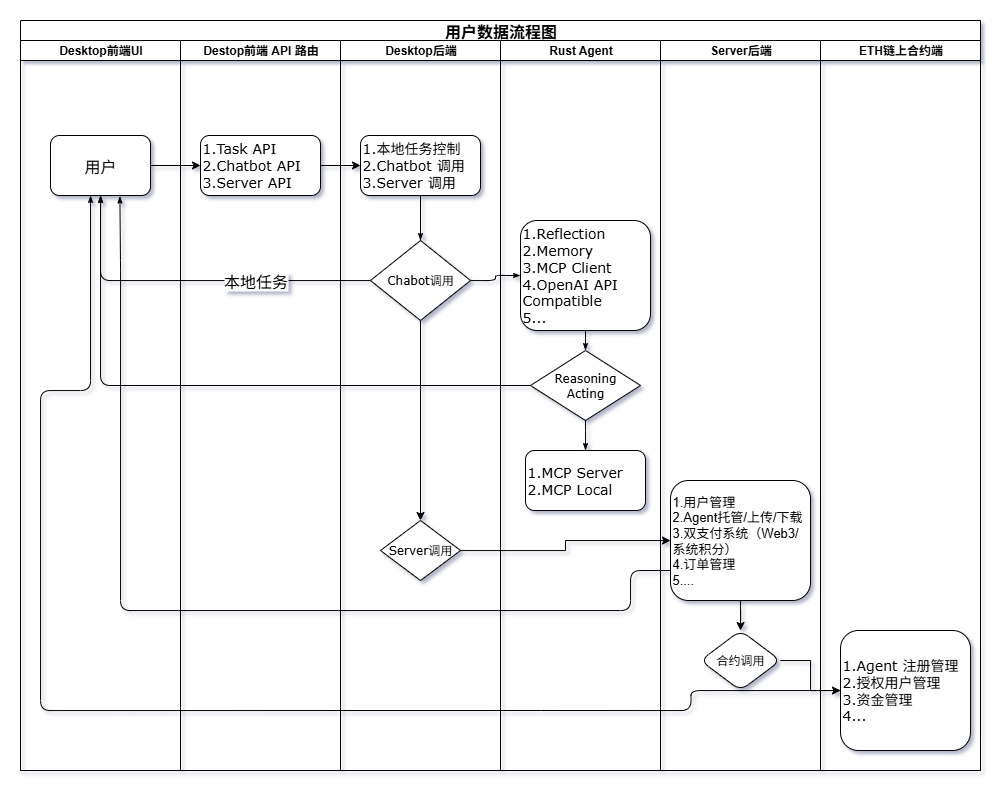
Earlier version of the draw.io export Picker/demo/picker-userflow.png (aiqubits/polkadot-hackathon-2025). Source tidied: cells renumbered, new cells last; positions are measured from the earlier drawing's top-left corner, leaving out a move shared by most shapes.
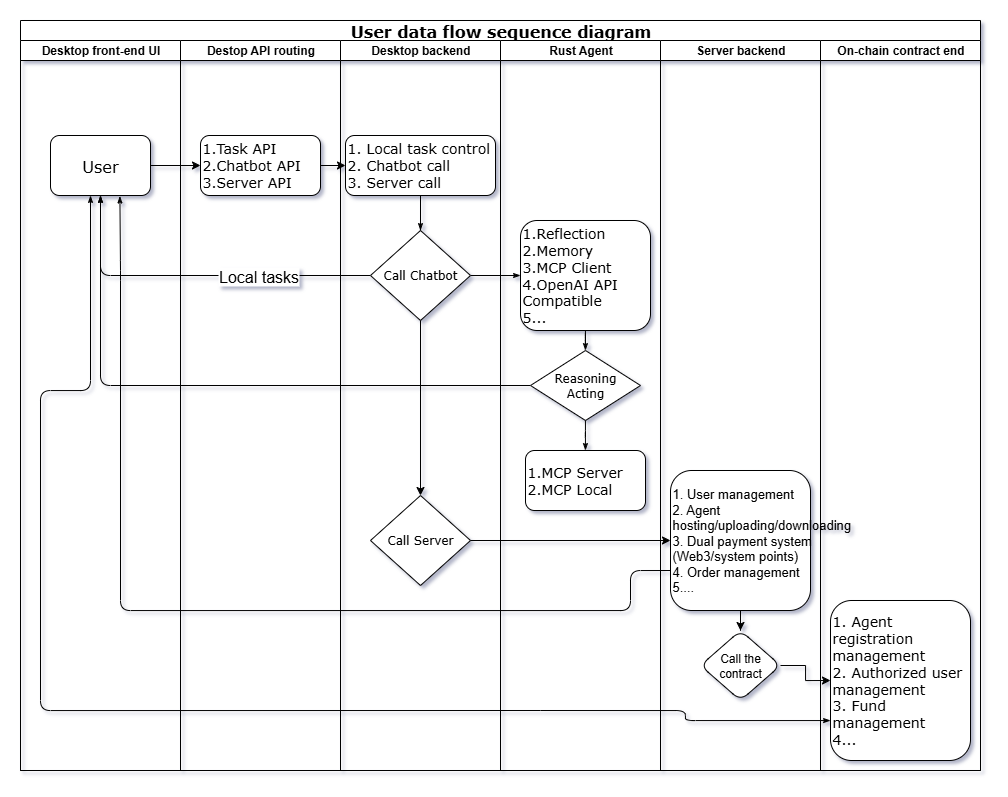
After the commit.

The edit, as a diff of the source:
```diff
@@ -2,13 +2,13 @@
   <root>
     <mxCell id="0" />
     <mxCell id="1" parent="0" />
-    <mxCell id="2" value="&lt;font style=&quot;font-size: 16px;&quot;&gt;用户数据流程图&lt;/font&gt;" style="swimlane;html=1;startSize=20;rounded=0;shadow=0;labelBackgroundColor=none;strokeWidth=1;fontFamily=Verdana;fontSize=8;align=center;" parent="1" vertex="1">
+    <mxCell id="2" value="&lt;font style=&quot;font-size: 16px;&quot;&gt;User data flow sequence diagram&lt;/font&gt;" style="swimlane;html=1;startSize=20;rounded=0;shadow=0;labelBackgroundColor=none;strokeWidth=1;fontFamily=Verdana;fontSize=8;align=center;" parent="1" vertex="1">
       <mxGeometry width="960" height="750" as="geometry" />
     </mxCell>
-    <mxCell id="3" value="Desktop前端UI" style="swimlane;html=1;startSize=20;" parent="2" vertex="1">
+    <mxCell id="3" value="Desktop front-end UI" style="swimlane;html=1;startSize=20;" parent="2" vertex="1">
       <mxGeometry y="20" width="160" height="730" as="geometry" />
     </mxCell>
-    <mxCell id="4" value="&lt;font style=&quot;font-size: 16px;&quot;&gt;用户&lt;/font&gt;" style="rounded=1;whiteSpace=wrap;html=1;shadow=0;labelBackgroundColor=none;strokeWidth=1;fontFamily=Verdana;fontSize=8;align=center;" parent="3" vertex="1">
+    <mxCell id="4" value="&lt;font style=&quot;font-size: 16px;&quot;&gt;User&lt;/font&gt;" style="rounded=1;whiteSpace=wrap;html=1;shadow=0;labelBackgroundColor=none;strokeWidth=1;fontFamily=Verdana;fontSize=8;align=center;" parent="3" vertex="1">
       <mxGeometry x="30" y="95" width="100" height="60" as="geometry" />
     </mxCell>
     <mxCell id="5" style="edgeStyle=orthogonalEdgeStyle;rounded=1;html=1;labelBackgroundColor=none;startArrow=none;startFill=0;startSize=5;endArrow=classicThin;endFill=1;endSize=5;jettySize=auto;strokeWidth=1;fontFamily=Verdana;fontSize=8;exitX=0;exitY=0.5;exitDx=0;exitDy=0;entryX=0.694;entryY=1.009;entryDx=0;entryDy=0;entryPerimeter=0;" parent="3" edge="1" target="4">
@@ -25,7 +25,7 @@
     <mxCell id="6" style="edgeStyle=orthogonalEdgeStyle;rounded=1;html=1;labelBackgroundColor=none;startArrow=none;startFill=0;startSize=5;endArrow=classicThin;endFill=1;endSize=5;jettySize=auto;strokeWidth=1;fontFamily=Verdana;fontSize=8;" parent="2" edge="1" source="16" target="4">
       <mxGeometry relative="1" as="geometry" />
     </mxCell>
-    <mxCell id="7" value="&lt;font style=&quot;font-size: 16px;&quot;&gt;本地任务&lt;/font&gt;" style="edgeLabel;html=1;align=center;verticalAlign=middle;" parent="6" vertex="1">
+    <mxCell id="7" value="&lt;font style=&quot;font-size: 16px;&quot;&gt;Local tasks&lt;/font&gt;" style="edgeLabel;html=1;align=center;verticalAlign=middle;" parent="6" vertex="1">
       <mxGeometry x="-0.27" y="3" relative="1" as="geometry">
         <mxPoint x="14" y="-3" as="offset" />
       </mxGeometry>
@@ -50,29 +50,29 @@
     <mxCell id="10" style="edgeStyle=orthogonalEdgeStyle;rounded=1;html=1;labelBackgroundColor=none;startArrow=none;startFill=0;startSize=5;endArrow=classicThin;endFill=1;endSize=5;jettySize=auto;strokeWidth=1;fontFamily=Verdana;fontSize=8;" parent="2" edge="1" source="16" target="20">
       <mxGeometry relative="1" as="geometry" />
     </mxCell>
-    <mxCell id="11" value="Destop前端 API 路由" style="swimlane;html=1;startSize=20;" parent="2" vertex="1">
+    <mxCell id="11" value="Destop API routing" style="swimlane;html=1;startSize=20;" parent="2" vertex="1">
       <mxGeometry x="160" y="20" width="160" height="730" as="geometry" />
     </mxCell>
     <mxCell id="12" value="&lt;font style=&quot;font-size: 14px;&quot;&gt;1.Task API&lt;/font&gt;&lt;div&gt;&lt;font style=&quot;font-size: 14px;&quot;&gt;2.Chatbot API&lt;/font&gt;&lt;/div&gt;&lt;div&gt;&lt;font style=&quot;font-size: 14px;&quot;&gt;3.Server API&lt;/font&gt;&lt;/div&gt;" style="whiteSpace=wrap;html=1;fontSize=8;fontFamily=Verdana;rounded=1;shadow=0;labelBackgroundColor=none;strokeWidth=1;align=left;" parent="11" vertex="1">
       <mxGeometry x="20" y="95" width="120" height="60" as="geometry" />
     </mxCell>
-    <mxCell id="13" value="Desktop后端" style="swimlane;html=1;startSize=20;" parent="2" vertex="1">
+    <mxCell id="13" value="Desktop backend" style="swimlane;html=1;startSize=20;" parent="2" vertex="1">
       <mxGeometry x="320" y="20" width="160" height="730" as="geometry" />
     </mxCell>
     <mxCell id="14" style="edgeStyle=orthogonalEdgeStyle;rounded=0;jettySize=auto;html=1;entryX=0.5;entryY=0;entryDx=0;entryDy=0;" parent="13" edge="1" source="15" target="18">
       <mxGeometry relative="1" as="geometry" />
     </mxCell>
-    <mxCell id="15" value="&lt;font style=&quot;font-size: 14px;&quot;&gt;1.本地任务控制&lt;/font&gt;&lt;div&gt;&lt;font style=&quot;font-size: 14px;&quot;&gt;2.Chatbot 调用&lt;/font&gt;&lt;/div&gt;&lt;div&gt;&lt;font style=&quot;font-size: 14px;&quot;&gt;3.Server 调用&lt;/font&gt;&lt;/div&gt;" style="rounded=1;whiteSpace=wrap;html=1;shadow=0;labelBackgroundColor=none;strokeWidth=1;fontFamily=Verdana;fontSize=8;align=left;" parent="13" vertex="1">
-      <mxGeometry x="20" y="95" width="120" height="60" as="geometry" />
+    <mxCell id="15" value="&lt;div&gt;&lt;span style=&quot;font-size: 14px;&quot;&gt;1. Local task control&lt;/span&gt;&lt;/div&gt;&lt;div&gt;&lt;span style=&quot;font-size: 14px;&quot;&gt;2. Chatbot call&lt;/span&gt;&lt;/div&gt;&lt;div&gt;&lt;span style=&quot;font-size: 14px;&quot;&gt;3. Server call&lt;/span&gt;&lt;/div&gt;" style="rounded=1;whiteSpace=wrap;html=1;shadow=0;labelBackgroundColor=none;strokeWidth=1;fontFamily=Verdana;fontSize=8;align=left;" parent="13" vertex="1">
+      <mxGeometry x="5" y="95" width="150" height="60" as="geometry" />
     </mxCell>
-    <mxCell id="16" value="&lt;font style=&quot;font-size: 12px;&quot;&gt;Chabot调用&lt;/font&gt;" style="rhombus;whiteSpace=wrap;html=1;rounded=0;shadow=0;labelBackgroundColor=none;strokeWidth=1;fontFamily=Verdana;fontSize=8;align=center;" parent="13" vertex="1">
-      <mxGeometry x="30" y="200" width="100" height="80" as="geometry" />
+    <mxCell id="16" value="&lt;font style=&quot;font-size: 12px;&quot;&gt;Call Chatbot&lt;/font&gt;" style="rhombus;whiteSpace=wrap;html=1;rounded=0;shadow=0;labelBackgroundColor=none;strokeWidth=1;fontFamily=Verdana;fontSize=8;align=center;" parent="13" vertex="1">
+      <mxGeometry x="30" y="190" width="100" height="90" as="geometry" />
     </mxCell>
     <mxCell id="17" style="edgeStyle=orthogonalEdgeStyle;rounded=1;html=1;labelBackgroundColor=none;startArrow=none;startFill=0;startSize=5;endArrow=classicThin;endFill=1;endSize=5;jettySize=auto;strokeWidth=1;fontFamily=Verdana;fontSize=8;" parent="13" edge="1" source="15" target="16">
       <mxGeometry relative="1" as="geometry" />
     </mxCell>
-    <mxCell id="18" value="&lt;font style=&quot;font-size: 12px;&quot;&gt;Server调用&lt;/font&gt;" style="rhombus;whiteSpace=wrap;html=1;rounded=0;shadow=0;labelBackgroundColor=none;strokeWidth=1;fontFamily=Verdana;fontSize=8;align=center;" parent="13" vertex="1">
-      <mxGeometry x="40" y="480" width="80" height="60" as="geometry" />
+    <mxCell id="18" value="&lt;font style=&quot;font-size: 12px;&quot;&gt;Call Server&lt;/font&gt;" style="rhombus;whiteSpace=wrap;html=1;rounded=0;shadow=0;labelBackgroundColor=none;strokeWidth=1;fontFamily=Verdana;fontSize=8;align=center;" parent="13" vertex="1">
+      <mxGeometry x="30" y="455" width="100" height="90" as="geometry" />
     </mxCell>
     <mxCell id="19" value="Rust Agent" style="swimlane;html=1;startSize=20;" parent="2" vertex="1">
       <mxGeometry x="480" y="20" width="160" height="730" as="geometry" />
@@ -92,29 +92,33 @@
     <mxCell id="24" style="edgeStyle=orthogonalEdgeStyle;rounded=1;html=1;labelBackgroundColor=none;startArrow=none;startFill=0;startSize=5;endArrow=classicThin;endFill=1;endSize=5;jettySize=auto;strokeWidth=1;fontFamily=Verdana;fontSize=8;" parent="19" edge="1" source="21" target="22">
       <mxGeometry relative="1" as="geometry" />
     </mxCell>
-    <mxCell id="25" value="Server后端" style="swimlane;html=1;startSize=20;" parent="2" vertex="1">
+    <mxCell id="25" value="Server backend" style="swimlane;html=1;startSize=20;" parent="2" vertex="1">
       <mxGeometry x="640" y="20" width="160" height="730" as="geometry" />
     </mxCell>
     <mxCell id="26" style="edgeStyle=orthogonalEdgeStyle;rounded=0;jettySize=auto;html=1;" parent="25" edge="1" source="27" target="28">
       <mxGeometry relative="1" as="geometry" />
     </mxCell>
-    <mxCell id="27" value="&lt;font style=&quot;font-size: 13px;&quot;&gt;1.用户管理&lt;/font&gt;&lt;div&gt;&lt;font style=&quot;font-size: 13px;&quot;&gt;2.Agent托管/上传/下载&lt;/font&gt;&lt;/div&gt;&lt;div&gt;&lt;font style=&quot;font-size: 13px;&quot;&gt;3.双支付系统（Web3/系统积分）&lt;/font&gt;&lt;/div&gt;&lt;div&gt;&lt;font style=&quot;font-size: 13px;&quot;&gt;4.订单管理&lt;/font&gt;&lt;/div&gt;&lt;div&gt;&lt;font style=&quot;font-size: 13px;&quot;&gt;5....&lt;/font&gt;&lt;/div&gt;" style="rounded=1;whiteSpace=wrap;html=1;align=left;" parent="25" vertex="1">
-      <mxGeometry x="10" y="440" width="140" height="120" as="geometry" />
+    <mxCell id="27" value="&lt;div&gt;&lt;span style=&quot;font-size: 13px;&quot;&gt;1. User management&lt;/span&gt;&lt;/div&gt;&lt;div&gt;&lt;span style=&quot;font-size: 13px;&quot;&gt;2. Agent hosting/uploading/downloading&lt;/span&gt;&lt;/div&gt;&lt;div&gt;&lt;span style=&quot;font-size: 13px;&quot;&gt;3. Dual payment system (Web3/system points)&lt;/span&gt;&lt;/div&gt;&lt;div&gt;&lt;span style=&quot;font-size: 13px;&quot;&gt;4. Order management&lt;/span&gt;&lt;/div&gt;&lt;div&gt;&lt;span style=&quot;font-size: 13px;&quot;&gt;5....&lt;/span&gt;&lt;/div&gt;" style="rounded=1;whiteSpace=wrap;html=1;align=left;" parent="25" vertex="1">
+      <mxGeometry x="10" y="430" width="140" height="140" as="geometry" />
     </mxCell>
-    <mxCell id="28" value="合约调用" style="rhombus;whiteSpace=wrap;html=1;align=center;rounded=1;" parent="25" vertex="1">
-      <mxGeometry x="40" y="590" width="80" height="60" as="geometry" />
+    <mxCell id="28" value="Call the contract" style="rhombus;whiteSpace=wrap;html=1;align=center;rounded=1;" parent="25" vertex="1">
+      <mxGeometry x="40" y="590" width="80" height="70" as="geometry" />
     </mxCell>
+    <mxCell id="31" style="edgeStyle=orthogonalEdgeStyle;rounded=1;html=1;labelBackgroundColor=none;startArrow=none;startFill=0;startSize=5;endArrow=classicThin;endFill=1;endSize=5;jettySize=auto;strokeWidth=1;fontFamily=Verdana;fontSize=8;" parent="25" edge="1" target="30">
+      <mxGeometry relative="1" as="geometry">
+        <mxPoint x="-120" y="670" as="sourcePoint" />
+        <Array as="points">
+          <mxPoint x="25" y="670" />
+          <mxPoint x="25" y="680" />
+        </Array>
+      </mxGeometry>
+    </mxCell>
-    <mxCell id="29" value="ETH链上合约端" style="swimlane;html=1;startSize=20;" parent="2" vertex="1">
+    <mxCell id="29" value="On-chain contract end" style="swimlane;html=1;startSize=20;" parent="2" vertex="1">
       <mxGeometry x="800" y="20" width="160" height="730" as="geometry" />
     </mxCell>
-    <mxCell id="30" value="&lt;font style=&quot;font-size: 14px;&quot;&gt;1.Agent 注册管理&lt;/font&gt;&lt;div&gt;&lt;font style=&quot;font-size: 14px;&quot;&gt;2.授权用户管理&lt;/font&gt;&lt;/div&gt;&lt;div&gt;&lt;font style=&quot;font-size: 14px;&quot;&gt;3.资金管理&lt;/font&gt;&lt;/div&gt;&lt;div&gt;&lt;span style=&quot;font-size: 14px;&quot;&gt;4...&lt;/span&gt;&lt;/div&gt;" style="rounded=1;whiteSpace=wrap;html=1;shadow=0;labelBackgroundColor=none;strokeWidth=1;fontFamily=Verdana;fontSize=8;align=left;" parent="29" vertex="1">
-      <mxGeometry x="20" y="590" width="130" height="120" as="geometry" />
+    <mxCell id="30" value="&lt;div&gt;&lt;span style=&quot;font-size: 14px;&quot;&gt;1. Agent registration management&lt;/span&gt;&lt;/div&gt;&lt;div&gt;&lt;span style=&quot;font-size: 14px;&quot;&gt;2. Authorized user management&lt;/span&gt;&lt;/div&gt;&lt;div&gt;&lt;span style=&quot;font-size: 14px;&quot;&gt;3. Fund management&lt;/span&gt;&lt;/div&gt;&lt;div&gt;&lt;span style=&quot;font-size: 14px;&quot;&gt;4...&lt;/span&gt;&lt;/div&gt;" style="rounded=1;whiteSpace=wrap;html=1;shadow=0;labelBackgroundColor=none;strokeWidth=1;fontFamily=Verdana;fontSize=8;align=left;" parent="29" vertex="1">
+      <mxGeometry x="10" y="560" width="140" height="160" as="geometry" />
     </mxCell>
-    <mxCell id="31" style="edgeStyle=orthogonalEdgeStyle;rounded=1;html=1;labelBackgroundColor=none;startArrow=none;startFill=0;startSize=5;endArrow=classicThin;endFill=1;endSize=5;jettySize=auto;strokeWidth=1;fontFamily=Verdana;fontSize=8;" parent="29" edge="1" target="30">
-      <mxGeometry relative="1" as="geometry">
-        <mxPoint x="-280" y="670" as="sourcePoint" />
-      </mxGeometry>
-    </mxCell>
     <mxCell id="32" style="edgeStyle=orthogonalEdgeStyle;rounded=0;jettySize=auto;html=1;" parent="2" edge="1" source="4" target="12">
       <mxGeometry relative="1" as="geometry" />
     </mxCell>
```
